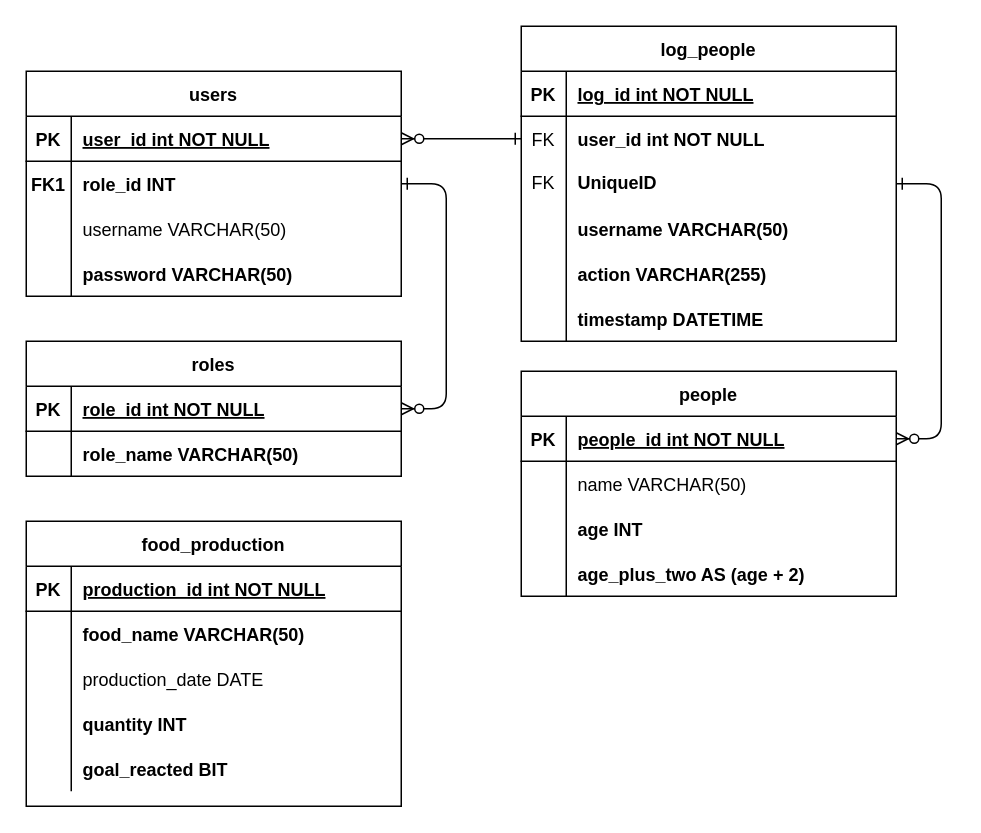
Above: draw_io/Unavngivet diagram.drawio in Chr-Jan/Streamlit-SQL-CRUD-Logging (draw.io), before the change. Source tidied: cells renumbered, new cells numbered last; positions are measured from the earlier drawing's top-left corner, leaving out a move shared by most shapes. Both pictures are drawn from the tidied source at 150%, with x=0, y=0 at pixel (-20, 26).
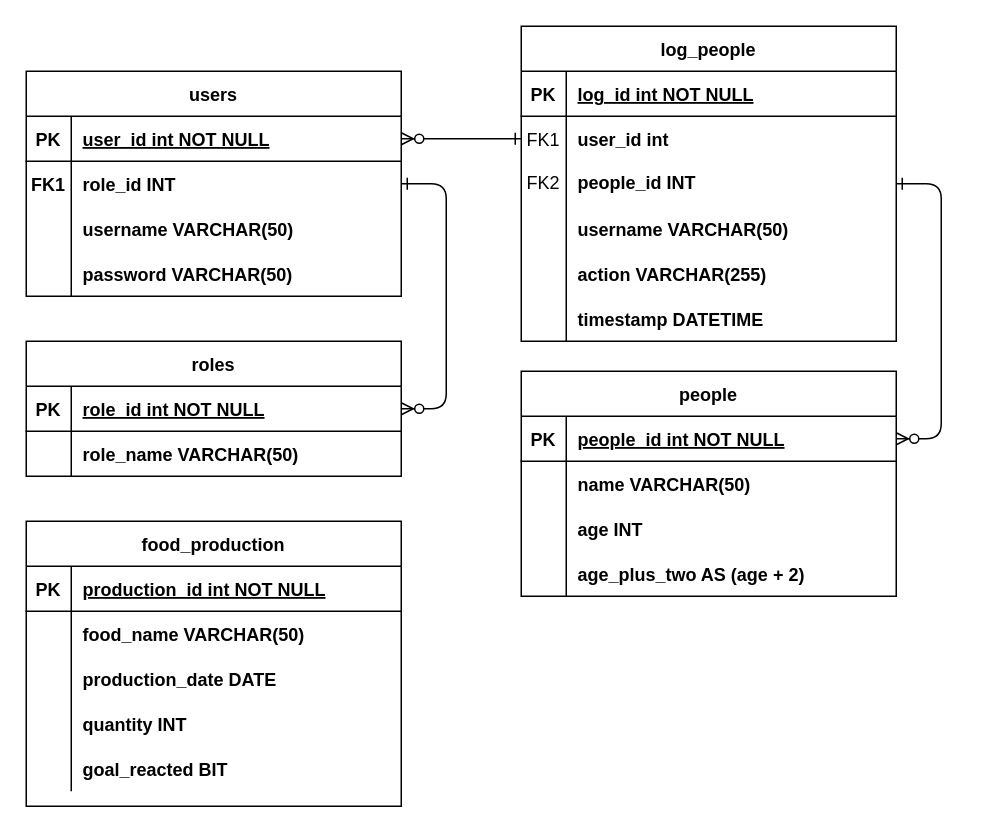
The same diagram, later.

The change refers to these unchanged cells:
```xml
<mxCell id="7" style="shape=partialRectangle;fillColor=none;points=[[0,0.5],[1,0.5]];portConstraint=eastwest;top=0;left=0;right=0;bottom=0;" parent="3" vertex="1">
  <mxGeometry y="60" width="250" height="30" as="geometry" />
</mxCell>
<mxCell id="10" style="shape=tableRow;horizontal=0;startSize=0;swimlaneHead=0;swimlaneBody=0;fillColor=none;points=[[0,0.5],[1,0.5]];portConstraint=eastwest;top=0;left=0;right=0;bottom=0;" parent="3" vertex="1">
  <mxGeometry y="90" width="250" height="30" as="geometry" />
</mxCell>
<mxCell id="29" style="shape=partialRectangle;fillColor=none;top=0;left=0;right=0;bottom=0;" parent="22" vertex="1">
  <mxGeometry y="90" width="250" height="30" as="geometry" />
</mxCell>
<mxCell id="42" style="shape=partialRectangle;fillColor=none;top=0;left=0;right=0;bottom=0;" parent="38" vertex="1">
  <mxGeometry y="60" width="250" height="30" as="geometry" />
</mxCell>
<mxCell id="58" style="shape=partialRectangle;fillColor=none;top=0;left=0;right=0;bottom=0;" parent="51" vertex="1">
  <mxGeometry y="90" width="250" height="30" as="geometry" />
</mxCell>
```

Diff of the diagram source:
```diff
@@
-    <mxCell id="8" value="FK" style="shape=partialRectangle;overflow=hidden;fillColor=none;top=0;left=0;bottom=0;right=0;" parent="7" vertex="1">
+    <mxCell id="8" value="FK1" style="shape=partialRectangle;overflow=hidden;fillColor=none;top=0;left=0;bottom=0;right=0;" parent="7" vertex="1">
       <mxGeometry width="30" height="30" as="geometry" />
     </mxCell>
-    <mxCell id="9" value="user_id int NOT NULL" style="shape=partialRectangle;overflow=hidden;fillColor=none;top=0;left=0;bottom=0;right=0;align=left;spacingLeft=6;fontStyle=1;" parent="7" vertex="1">
+    <mxCell id="9" value="user_id int" style="shape=partialRectangle;overflow=hidden;fillColor=none;top=0;left=0;bottom=0;right=0;align=left;spacingLeft=6;fontStyle=1;" parent="7" vertex="1">
       <mxGeometry x="30" width="220" height="30" as="geometry" />
     </mxCell>
@@
-    <mxCell id="11" value="FK" style="shape=partialRectangle;fillColor=none;top=0;left=0;bottom=0;right=0;fontStyle=0;overflow=hidden;whiteSpace=wrap;html=1;" parent="10" vertex="1">
+    <mxCell id="11" value="FK2" style="shape=partialRectangle;fillColor=none;top=0;left=0;bottom=0;right=0;fontStyle=0;overflow=hidden;whiteSpace=wrap;html=1;" parent="10" vertex="1">
       <mxGeometry width="30" height="30" as="geometry" />
     </mxCell>
-    <mxCell id="12" value="&lt;b&gt;UniqueID&lt;/b&gt;" style="shape=partialRectangle;fillColor=none;top=0;left=0;bottom=0;right=0;align=left;spacingLeft=6;fontStyle=0;overflow=hidden;whiteSpace=wrap;html=1;" parent="10" vertex="1">
+    <mxCell id="12" value="&lt;b&gt;people_id INT&lt;/b&gt;" style="shape=partialRectangle;fillColor=none;top=0;left=0;bottom=0;right=0;align=left;spacingLeft=6;fontStyle=0;overflow=hidden;whiteSpace=wrap;html=1;" parent="10" vertex="1">
       <mxGeometry x="30" width="220" height="30" as="geometry" />
     </mxCell>
@@
-    <mxCell id="31" value="production_date DATE" style="shape=partialRectangle;overflow=hidden;fillColor=none;top=0;left=0;bottom=0;right=0;align=left;spacingLeft=6;" parent="29" vertex="1">
+    <mxCell id="31" value="production_date DATE" style="shape=partialRectangle;overflow=hidden;fillColor=none;top=0;left=0;bottom=0;right=0;align=left;spacingLeft=6;fontStyle=1;" parent="29" vertex="1">
       <mxGeometry x="30" width="220" height="30" as="geometry" />
     </mxCell>
@@
-    <mxCell id="44" value="name VARCHAR(50)" style="shape=partialRectangle;overflow=hidden;fillColor=none;top=0;left=0;bottom=0;right=0;align=left;spacingLeft=6;" parent="42" vertex="1">
+    <mxCell id="44" value="name VARCHAR(50)" style="shape=partialRectangle;overflow=hidden;fillColor=none;top=0;left=0;bottom=0;right=0;align=left;spacingLeft=6;fontStyle=1;" parent="42" vertex="1">
       <mxGeometry x="30" width="220" height="30" as="geometry" />
     </mxCell>
@@
-    <mxCell id="60" value="username VARCHAR(50)" style="shape=partialRectangle;overflow=hidden;fillColor=none;top=0;left=0;bottom=0;right=0;align=left;spacingLeft=6;" parent="58" vertex="1">
+    <mxCell id="60" value="username VARCHAR(50)" style="shape=partialRectangle;overflow=hidden;fillColor=none;top=0;left=0;bottom=0;right=0;align=left;spacingLeft=6;fontStyle=1;" parent="58" vertex="1">
       <mxGeometry x="30" width="220" height="30" as="geometry" />
     </mxCell>
```
